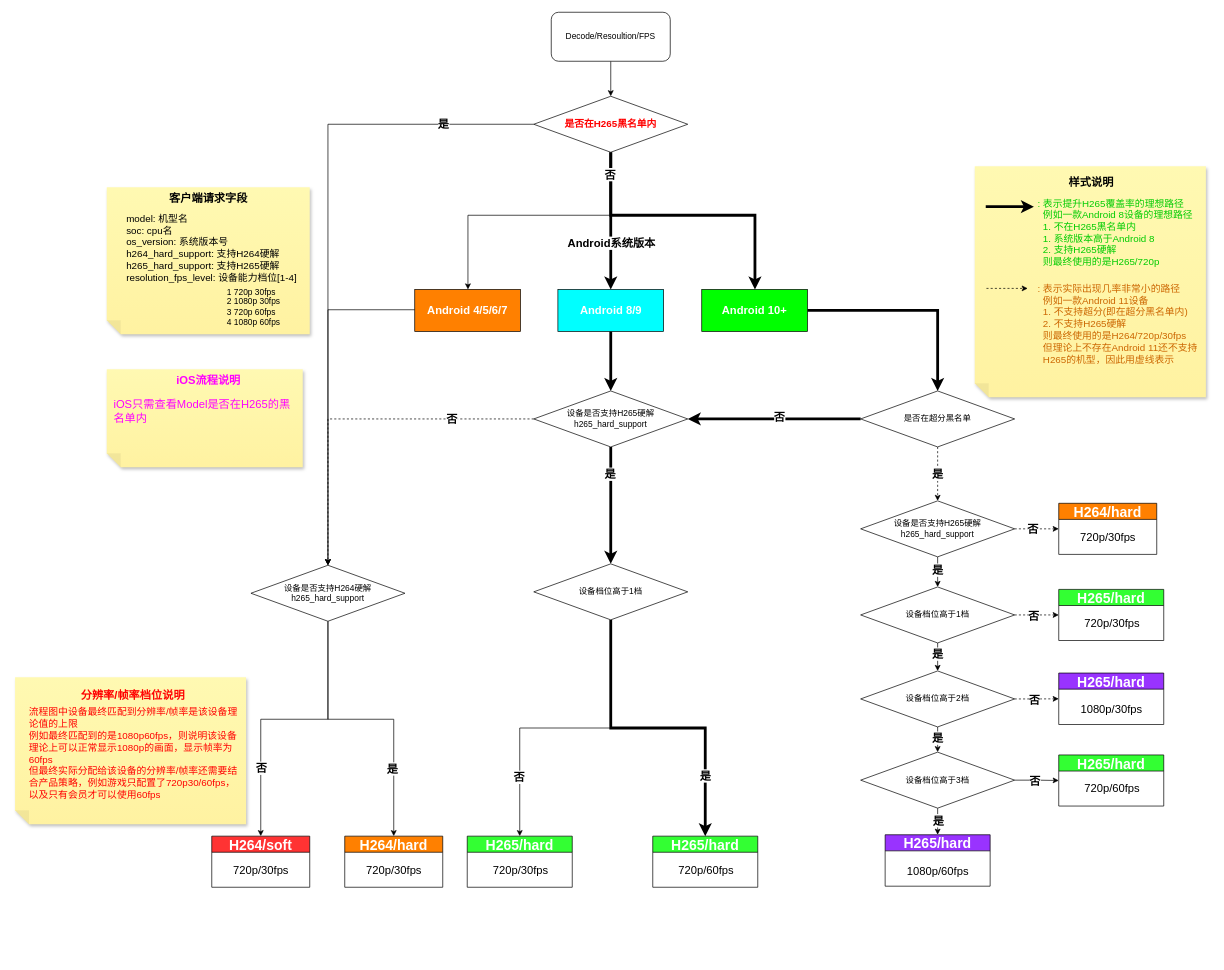
Above: H265判断流程.drawio in Eveninger/draw.io (draw.io), before the change. Source tidied: cells renumbered, new cells numbered last; positions are measured from the earlier drawing's top-left corner, leaving out a move shared by most shapes. Both pictures are drawn from the tidied source at 70%, with x=0, y=0 at pixel (15, 12).
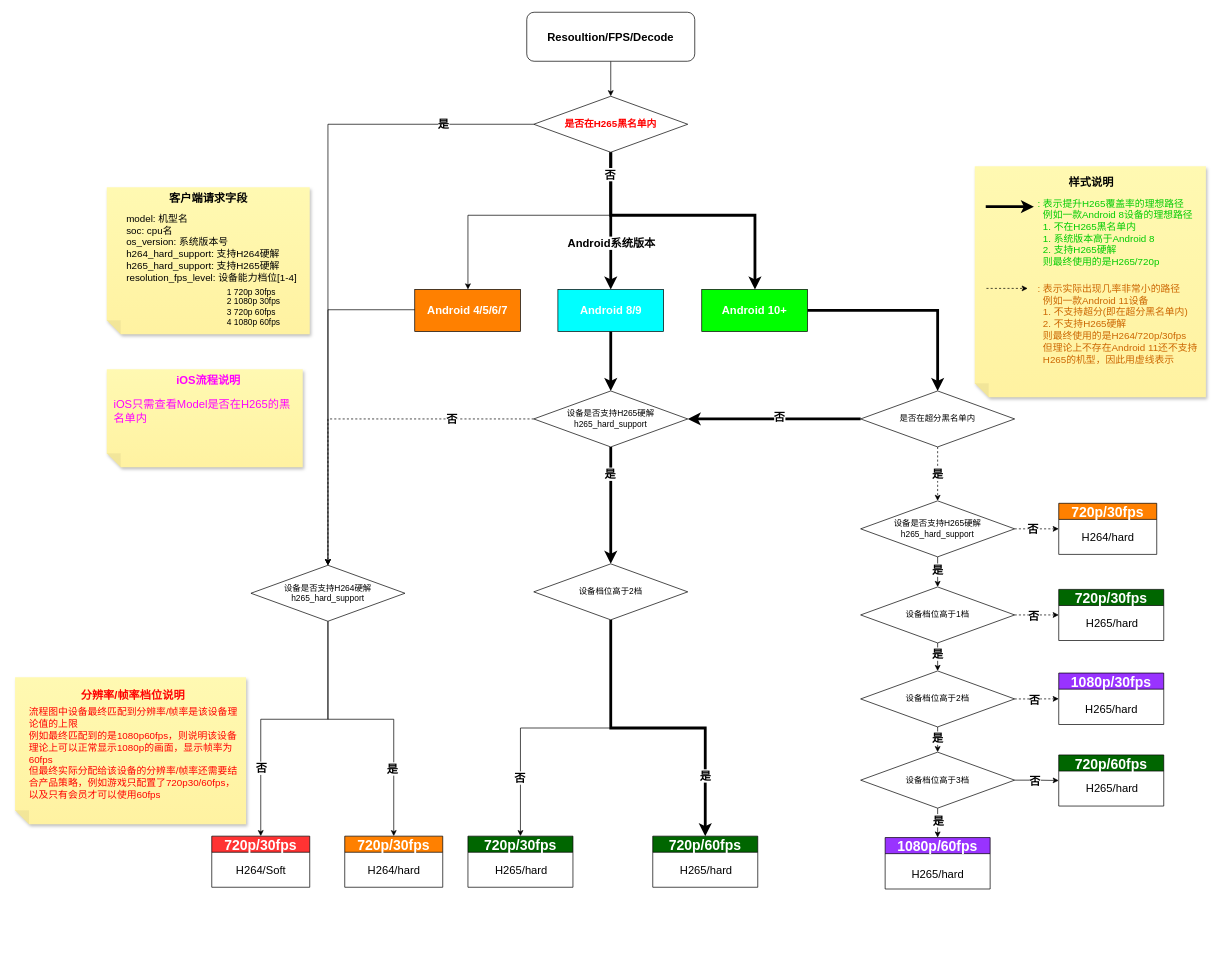
The same diagram, later.

Commit message:
更新H265判断流程.drawio

Diff of the diagram source:
```diff
@@
-    <mxCell id="3" value="Decode/Resoultion/FPS" style="rounded=1;whiteSpace=wrap;html=1;" parent="1" vertex="1">
-      <mxGeometry x="766" width="170" height="70" as="geometry" />
+    <mxCell id="3" value="&lt;font style=&quot;font-size: 16px;&quot;&gt;&lt;b&gt;Resoultion/FPS/Decode&lt;/b&gt;&lt;/font&gt;" style="rounded=1;whiteSpace=wrap;html=1;" parent="1" vertex="1">
+      <mxGeometry x="731" width="240" height="70" as="geometry" />
     </mxCell>
@@
-    <mxCell id="12" value="&lt;div&gt;&lt;span style=&quot;background-color: initial;&quot;&gt;是否在超分黑名单&lt;/span&gt;&lt;br&gt;&lt;/div&gt;" style="rhombus;whiteSpace=wrap;html=1;" parent="1" vertex="1">
+    <mxCell id="12" value="&lt;div&gt;&lt;span style=&quot;background-color: initial;&quot;&gt;是否在超分黑名单内&lt;/span&gt;&lt;br&gt;&lt;/div&gt;" style="rhombus;whiteSpace=wrap;html=1;" parent="1" vertex="1">
       <mxGeometry x="1208" y="541" width="220" height="80" as="geometry" />
     </mxCell>
@@
-    <mxCell id="17" value="&lt;font style=&quot;font-size: 20px;&quot;&gt;H264/soft&lt;/font&gt;" style="swimlane;whiteSpace=wrap;html=1;fillColor=#FF3333;startSize=23;fontSize=20;fontColor=#FFFFFF;" parent="1" vertex="1">
+    <mxCell id="17" value="&lt;font style=&quot;font-size: 20px;&quot;&gt;720p/30fps&lt;/font&gt;" style="swimlane;whiteSpace=wrap;html=1;fillColor=#FF3333;startSize=23;fontSize=20;fontColor=#FFFFFF;" parent="1" vertex="1">
       <mxGeometry x="281" y="1177" width="140" height="73" as="geometry" />
     </mxCell>
-    <mxCell id="18" value="&lt;font style=&quot;font-size: 16px;&quot;&gt;720p/30fps&lt;br&gt;&lt;/font&gt;" style="text;html=1;align=center;verticalAlign=middle;strokeColor=none;fillColor=none;" parent="17" vertex="1">
-      <mxGeometry x="20" y="33" width="100" height="30" as="geometry" />
+    <mxCell id="18" value="&lt;font style=&quot;font-size: 16px;&quot;&gt;H264/Soft&lt;/font&gt;" style="text;html=1;align=center;verticalAlign=middle;strokeColor=none;fillColor=none;" parent="17" vertex="1">
+      <mxGeometry x="25" y="33" width="90" height="30" as="geometry" />
     </mxCell>
-    <mxCell id="19" value="&lt;font style=&quot;font-size: 20px;&quot;&gt;H265/hard&lt;/font&gt;" style="swimlane;whiteSpace=wrap;html=1;fillColor=#33FF33;startSize=23;fontSize=20;fontColor=#FFFFFF;" parent="1" vertex="1">
-      <mxGeometry x="646" y="1177" width="150" height="73" as="geometry" />
+    <mxCell id="19" value="720p/30fps" style="swimlane;whiteSpace=wrap;html=1;fillColor=#006600;startSize=23;fontSize=20;fontColor=#FFFFFF;" parent="1" vertex="1">
+      <mxGeometry x="647" y="1177" width="150" height="73" as="geometry" />
     </mxCell>
-    <mxCell id="20" value="&lt;span style=&quot;font-size: 16px;&quot;&gt;720p/30fps&lt;/span&gt;" style="text;html=1;align=center;verticalAlign=middle;strokeColor=none;fillColor=none;" parent="19" vertex="1">
+    <mxCell id="20" value="&lt;span style=&quot;font-size: 16px;&quot;&gt;H265/hard&lt;/span&gt;" style="text;html=1;align=center;verticalAlign=middle;strokeColor=none;fillColor=none;" parent="19" vertex="1">
       <mxGeometry x="26" y="33" width="100" height="30" as="geometry" />
     </mxCell>
-    <mxCell id="21" value="&lt;font style=&quot;font-size: 20px;&quot;&gt;H264/hard&lt;/font&gt;" style="swimlane;whiteSpace=wrap;html=1;fillColor=#FF8000;startSize=23;fontSize=20;fontColor=#FFFFFF;" parent="1" vertex="1">
+    <mxCell id="21" value="&lt;font style=&quot;font-size: 20px;&quot;&gt;720p/30fps&lt;/font&gt;" style="swimlane;whiteSpace=wrap;html=1;fillColor=#FF8000;startSize=23;fontSize=20;fontColor=#FFFFFF;" parent="1" vertex="1">
       <mxGeometry x="471" y="1177" width="140" height="73" as="geometry" />
     </mxCell>
-    <mxCell id="22" value="&lt;span style=&quot;font-size: 16px;&quot;&gt;720p/30fps&lt;/span&gt;" style="text;html=1;align=center;verticalAlign=middle;strokeColor=none;fillColor=none;" parent="21" vertex="1">
+    <mxCell id="22" value="&lt;span style=&quot;font-size: 16px;&quot;&gt;H264/hard&lt;/span&gt;" style="text;html=1;align=center;verticalAlign=middle;strokeColor=none;fillColor=none;" parent="21" vertex="1">
       <mxGeometry x="20" y="33" width="100" height="30" as="geometry" />
     </mxCell>
@@
-    <mxCell id="33" value="&lt;font style=&quot;font-size: 20px;&quot;&gt;H265/hard&lt;/font&gt;" style="swimlane;whiteSpace=wrap;html=1;fillColor=#33FF33;startSize=23;fontSize=20;fontColor=#FFFFFF;" parent="1" vertex="1">
+    <mxCell id="33" value="720p/60fps" style="swimlane;whiteSpace=wrap;html=1;fillColor=#006600;startSize=23;fontSize=20;fontColor=#FFFFFF;" parent="1" vertex="1">
       <mxGeometry x="911" y="1177" width="150" height="73" as="geometry" />
     </mxCell>
-    <mxCell id="34" value="&lt;span style=&quot;font-size: 16px;&quot;&gt;720p/60fps&lt;/span&gt;" style="text;html=1;align=center;verticalAlign=middle;strokeColor=none;fillColor=none;" parent="33" vertex="1">
+    <mxCell id="34" value="&lt;span style=&quot;font-size: 16px;&quot;&gt;H265/hard&lt;/span&gt;" style="text;html=1;align=center;verticalAlign=middle;strokeColor=none;fillColor=none;" parent="33" vertex="1">
       <mxGeometry x="26" y="33" width="100" height="30" as="geometry" />
     </mxCell>
-    <mxCell id="35" value="&lt;font style=&quot;font-size: 20px;&quot;&gt;H265/hard&lt;/font&gt;" style="swimlane;whiteSpace=wrap;html=1;fillColor=#9933FF;startSize=23;fontSize=20;fontColor=#FFFFFF;" parent="1" vertex="1">
-      <mxGeometry x="1243" y="1175" width="150" height="73.5" as="geometry" />
+    <mxCell id="35" value="&lt;font style=&quot;font-size: 20px;&quot;&gt;1080p/60fps&lt;/font&gt;" style="swimlane;whiteSpace=wrap;html=1;fillColor=#9933FF;startSize=23;fontSize=20;fontColor=#FFFFFF;" parent="1" vertex="1">
+      <mxGeometry x="1243" y="1179" width="150" height="73.5" as="geometry" />
     </mxCell>
-    <mxCell id="36" value="&lt;span style=&quot;font-size: 16px;&quot;&gt;1080p/60fps&lt;/span&gt;" style="text;html=1;align=center;verticalAlign=middle;strokeColor=none;fillColor=none;" parent="35" vertex="1">
-      <mxGeometry x="20" y="36.5" width="110" height="30" as="geometry" />
+    <mxCell id="36" value="&lt;span style=&quot;font-size: 16px;&quot;&gt;H265/hard&lt;/span&gt;" style="text;html=1;align=center;verticalAlign=middle;strokeColor=none;fillColor=none;" parent="35" vertex="1">
+      <mxGeometry x="25" y="36.5" width="100" height="30" as="geometry" />
     </mxCell>
@@
-    <mxCell id="41" value="设备档位高于1档" style="rhombus;whiteSpace=wrap;html=1;" parent="1" vertex="1">
+    <mxCell id="41" value="设备档位高于2档" style="rhombus;whiteSpace=wrap;html=1;" parent="1" vertex="1">
       <mxGeometry x="741" y="788" width="220" height="80" as="geometry" />
     </mxCell>
@@
-    <mxCell id="59" value="&lt;font style=&quot;font-size: 20px;&quot;&gt;H264/hard&lt;/font&gt;" style="swimlane;whiteSpace=wrap;html=1;fillColor=#FF8000;startSize=23;fontSize=20;fontColor=#FFFFFF;" parent="1" vertex="1">
+    <mxCell id="59" value="&lt;font style=&quot;font-size: 20px;&quot;&gt;720p/30fps&lt;/font&gt;" style="swimlane;whiteSpace=wrap;html=1;fillColor=#FF8000;startSize=23;fontSize=20;fontColor=#FFFFFF;" parent="1" vertex="1">
       <mxGeometry x="1491" y="701.5" width="140" height="73" as="geometry" />
     </mxCell>
-    <mxCell id="60" value="&lt;span style=&quot;font-size: 16px;&quot;&gt;720p/30fps&lt;/span&gt;" style="text;html=1;align=center;verticalAlign=middle;strokeColor=none;fillColor=none;" parent="59" vertex="1">
+    <mxCell id="60" value="&lt;span style=&quot;font-size: 16px;&quot;&gt;H264/hard&lt;/span&gt;" style="text;html=1;align=center;verticalAlign=middle;strokeColor=none;fillColor=none;" parent="59" vertex="1">
       <mxGeometry x="20" y="33" width="100" height="30" as="geometry" />
     </mxCell>
@@
-    <mxCell id="66" value="&lt;font style=&quot;font-size: 20px;&quot;&gt;H265/hard&lt;/font&gt;" style="swimlane;whiteSpace=wrap;html=1;fillColor=#33FF33;startSize=23;fontSize=20;fontColor=#FFFFFF;" parent="1" vertex="1">
+    <mxCell id="66" value="&lt;font style=&quot;font-size: 20px;&quot;&gt;720p/30fps&lt;/font&gt;" style="swimlane;whiteSpace=wrap;html=1;fillColor=#006600;startSize=23;fontSize=20;fontColor=#FFFFFF;" parent="1" vertex="1">
       <mxGeometry x="1491" y="824.5" width="150" height="73" as="geometry" />
     </mxCell>
-    <mxCell id="67" value="&lt;span style=&quot;font-size: 16px;&quot;&gt;720p/30fps&lt;/span&gt;" style="text;html=1;align=center;verticalAlign=middle;strokeColor=none;fillColor=none;" parent="66" vertex="1">
+    <mxCell id="67" value="&lt;span style=&quot;font-size: 16px;&quot;&gt;H265/hard&lt;/span&gt;" style="text;html=1;align=center;verticalAlign=middle;strokeColor=none;fillColor=none;" parent="66" vertex="1">
       <mxGeometry x="26" y="33" width="100" height="30" as="geometry" />
     </mxCell>
@@
-    <mxCell id="73" value="&lt;font style=&quot;font-size: 20px;&quot;&gt;H265/hard&lt;/font&gt;" style="swimlane;whiteSpace=wrap;html=1;fillColor=#9933FF;startSize=23;fontSize=20;fontColor=#FFFFFF;" parent="1" vertex="1">
+    <mxCell id="73" value="&lt;font style=&quot;font-size: 20px;&quot;&gt;1080p/30fps&lt;/font&gt;" style="swimlane;whiteSpace=wrap;html=1;fillColor=#9933FF;startSize=23;fontSize=20;fontColor=#FFFFFF;" parent="1" vertex="1">
       <mxGeometry x="1491" y="944" width="150" height="73.5" as="geometry" />
     </mxCell>
-    <mxCell id="74" value="&lt;span style=&quot;font-size: 16px;&quot;&gt;1080p/30fps&lt;/span&gt;" style="text;html=1;align=center;verticalAlign=middle;strokeColor=none;fillColor=none;" parent="73" vertex="1">
-      <mxGeometry x="20" y="36.5" width="110" height="30" as="geometry" />
+    <mxCell id="74" value="&lt;span style=&quot;font-size: 16px;&quot;&gt;H265/hard&lt;/span&gt;" style="text;html=1;align=center;verticalAlign=middle;strokeColor=none;fillColor=none;" parent="73" vertex="1">
+      <mxGeometry x="25" y="36.5" width="100" height="30" as="geometry" />
     </mxCell>
@@
-    <mxCell id="88" value="&lt;font style=&quot;font-size: 20px;&quot;&gt;H265/hard&lt;/font&gt;" style="swimlane;whiteSpace=wrap;html=1;fillColor=#33FF33;startSize=23;fontSize=20;fontColor=#FFFFFF;" parent="1" vertex="1">
+    <mxCell id="88" value="&lt;font style=&quot;font-size: 20px;&quot;&gt;720p/60fps&lt;/font&gt;" style="swimlane;whiteSpace=wrap;html=1;fillColor=#006600;startSize=23;fontSize=20;fontColor=#FFFFFF;" parent="1" vertex="1">
       <mxGeometry x="1491" y="1061" width="150" height="73" as="geometry" />
     </mxCell>
-    <mxCell id="89" value="&lt;span style=&quot;font-size: 16px;&quot;&gt;720p/60fps&lt;/span&gt;" style="text;html=1;align=center;verticalAlign=middle;strokeColor=none;fillColor=none;" parent="88" vertex="1">
+    <mxCell id="89" value="&lt;span style=&quot;font-size: 16px;&quot;&gt;H265/hard&lt;/span&gt;" style="text;html=1;align=center;verticalAlign=middle;strokeColor=none;fillColor=none;" parent="88" vertex="1">
       <mxGeometry x="26" y="33" width="100" height="30" as="geometry" />
     </mxCell>
```
